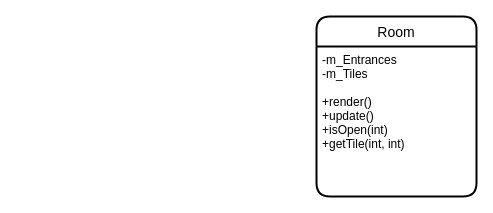
DeDerpster/TheMazeGame keeps this draw.io diagram as page "Rooms" (4 of 10) of docs/Design - Classes.drawio. Above is the earlier version. Source tidied: cells renumbered, new cells numbered last; positions are measured from the earlier drawing's top-left corner, leaving out a move shared by most shapes. Both pictures are drawn from the tidied source at 100%, with x=0, y=0 at pixel (316, 16).
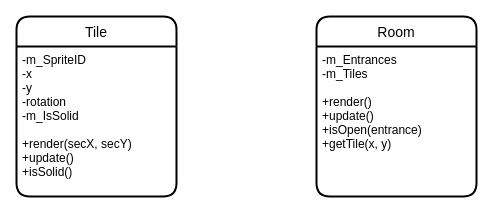
The same page after the edit.

Change to the diagram source:
```diff
@@
 <mxGraphModel>
   <root>
     <mxCell id="0" />
     <mxCell id="1" parent="0" />
     <mxCell id="2" value="Room" style="swimlane;horizontal=1;startSize=30;rounded=1;fontSize=14;fontStyle=0;strokeWidth=2;shadow=0;dashed=0;align=center;" parent="1" vertex="1">
       <mxGeometry width="160" height="180" as="geometry" />
     </mxCell>
-    <mxCell id="3" value="-m_Entrances&#10;-m_Tiles&#10;&#10;+render()&#10;+update()&#10;+isOpen(int)&#10;+getTile(int, int)" style="align=left;strokeColor=none;fillColor=none;spacingLeft=4;fontSize=12;verticalAlign=top;" parent="2" vertex="1">
+    <mxCell id="3" value="-m_Entrances&#10;-m_Tiles&#10;&#10;+render()&#10;+update()&#10;+isOpen(entrance)&#10;+getTile(x, y)" style="align=left;strokeColor=none;fillColor=none;spacingLeft=4;fontSize=12;verticalAlign=top;" parent="2" vertex="1">
       <mxGeometry y="30" width="160" height="150" as="geometry" />
     </mxCell>
+    <mxCell id="4" value="Tile" style="swimlane;horizontal=1;startSize=30;rounded=1;fontSize=14;fontStyle=0;strokeWidth=2;shadow=0;dashed=0;align=center;" parent="1" vertex="1">
+      <mxGeometry x="-300" width="160" height="180" as="geometry" />
+    </mxCell>
+    <mxCell id="5" value="-m_SpriteID&#10;-x&#10;-y&#10;-rotation&#10;-m_IsSolid&#10;&#10;+render(secX, secY)&#10;+update()&#10;+isSolid()" style="align=left;strokeColor=none;fillColor=none;spacingLeft=4;fontSize=12;verticalAlign=top;" parent="4" vertex="1">
+      <mxGeometry y="30" width="160" height="150" as="geometry" />
+    </mxCell>
   </root>
 </mxGraphModel>
```
